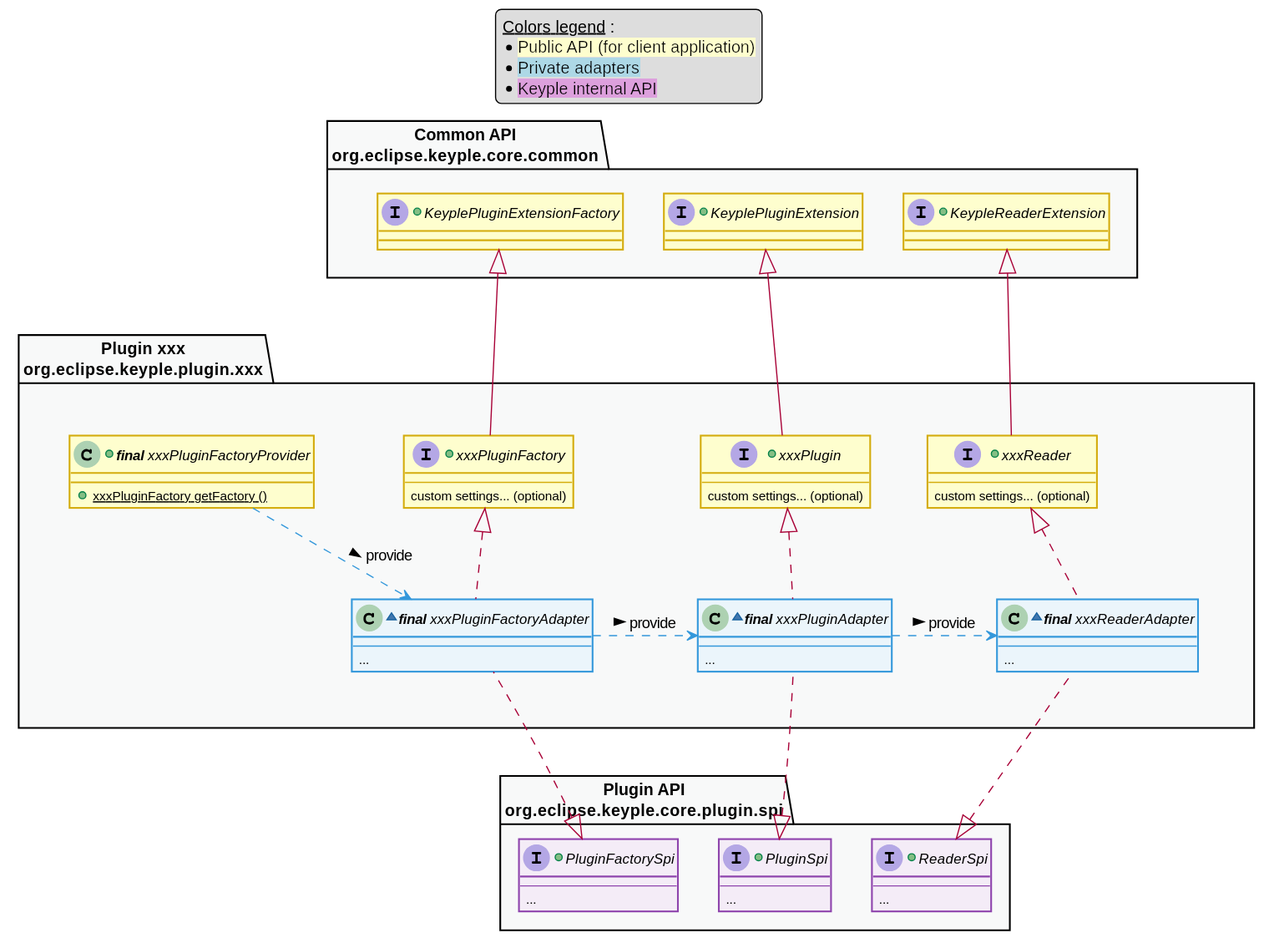
The PlantUML diagram media/learn/developer-guide/design-guides/develop_a_reader_plugin_class_diagram.svg in yvonneyam/keyple-website, before a commit. The source it was exported from:
```plantuml
@startuml


!define C_GREY1 F8F9F9
!define C_GREY2 F2F3F4
!define C_GREY3 E5E7E9
!define C_GREY4 D7DBDD
!define C_GREY5 CACFD2
!define C_GREY6 BDC3C7
!define C_LINK 3498DB
!define C_USE 27AE60

skinparam Shadowing false
skinparam ClassFontStyle italic
skinparam ClassBorderColor #D4AC0D
skinparam stereotypeABorderColor #A9DCDF
skinparam stereotypeIBorderColor #B4A7E5
skinparam stereotypeCBorderColor #ADD1B2
skinparam stereotypeEBorderColor #EB93DF
skinparam ClassBackgroundColor<<red>> #FDEDEC
skinparam ClassBorderColor<<red>> #E74C3C
hide <<red>> stereotype
skinparam ClassBackgroundColor<<purple>> #F4ECF7
skinparam ClassBorderColor<<purple>> #8E44AD
hide <<purple>> stereotype
skinparam ClassBackgroundColor<<blue>> #EBF5FB
skinparam ClassBorderColor<<blue>> #3498DB
hide <<blue>> stereotype
skinparam ClassBackgroundColor<<green>> #E9F7EF
skinparam ClassBorderColor<<green>> #27AE60
hide <<green>> stereotype
skinparam ClassBackgroundColor<<grey>> #EAECEE
skinparam ClassBorderColor<<grey>> #2C3E50
hide <<grey>> stereotype


legend top
    __Colors legend__ :
    * <back:#fefece>Public API (for client application)</back>
    * <back:lightBlue>Private adapters</back>
    * <back:plum>Keyple internal API</back>
end legend

package "Common API\norg.eclipse.keyple.core.common" as commonApi {
    +interface KeyplePluginExtensionFactory {
    }
    +interface KeyplePluginExtension {
    }
    +interface KeypleReaderExtension {
    }
}

package "Plugin API\norg.eclipse.keyple.core.plugin.spi" as pluginSpi {
    +interface ReaderSpi {
        --
        ...
    }
    +interface PluginSpi {
        --
        ...
    }
    +interface PluginFactorySpi {
        --
        ...
    }
}

package "Plugin xxx\norg.eclipse.keyple.plugin.xxx" as specificPluginApi {
    +class "**final** xxxPluginFactoryProvider" as xxxPluginFactoryProvider {
        +{static} xxxPluginFactory getFactory ()
    }
    together {
        +interface xxxPluginFactory extends KeyplePluginExtensionFactory {
            --
            custom settings... (optional)
        }
        +interface xxxPlugin extends KeyplePluginExtension {
            --
            custom settings... (optional)
        }
        +interface xxxReader extends KeypleReaderExtension {
            --
            custom settings... (optional)
        }
        ~class "**final** xxxPluginFactoryAdapter" as xxxPluginFactoryAdapter implements xxxPluginFactory, PluginFactorySpi {
            --
            ...
        }
        ~class "**final** xxxPluginAdapter" as xxxPluginAdapter implements xxxPlugin, PluginSpi {
            --
            ...
        }
        ~class "**final** xxxReaderAdapter" as xxxReaderAdapter implements xxxReader, ReaderSpi {
            --
            ...
        }
    }
}


xxxPluginFactoryProvider ..> xxxPluginFactoryAdapter #C_LINK : provide >
xxxPluginFactoryAdapter .> xxxPluginAdapter #C_LINK : provide >
xxxPluginAdapter .> xxxReaderAdapter #C_LINK : provide >


commonApi -[hidden]- specificPluginApi
xxxPluginFactoryAdapter -[hidden]- PluginFactorySpi
xxxReaderAdapter -[hidden]- ReaderSpi
xxxPluginAdapter -[hidden]- PluginSpi


package commonApi #C_GREY1 {}
package pluginSpi #C_GREY1 {}
package specificPluginApi #C_GREY1 {}

class xxxReaderAdapter <<blue>>
class xxxPluginAdapter <<blue>>
class xxxPluginFactoryAdapter <<blue>>
interface ReaderSpi <<purple>>
interface PluginSpi <<purple>>
interface PluginFactorySpi <<purple>>

@enduml
```
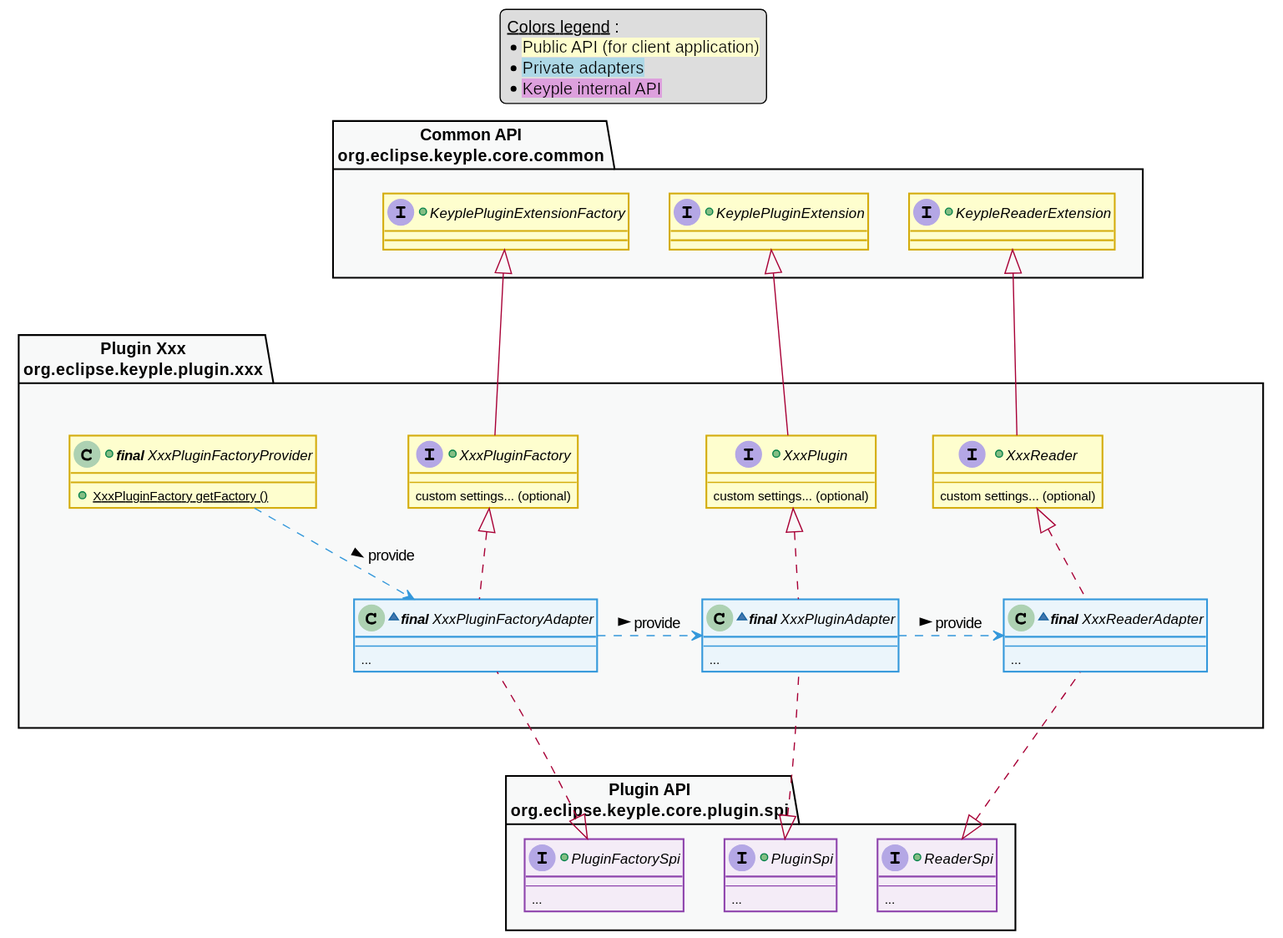
After the change.

What changed in the source:
```diff
@@ -65,32 +65,32 @@
     }
 }
 
-package "Plugin xxx\norg.eclipse.keyple.plugin.xxx" as specificPluginApi {
-    +class "**final** xxxPluginFactoryProvider" as xxxPluginFactoryProvider {
-        +{static} xxxPluginFactory getFactory ()
+package "Plugin Xxx\norg.eclipse.keyple.plugin.xxx" as specificPluginApi {
+    +class "**final** XxxPluginFactoryProvider" as XxxPluginFactoryProvider {
+        +{static} XxxPluginFactory getFactory ()
     }
     together {
-        +interface xxxPluginFactory extends KeyplePluginExtensionFactory {
+        +interface XxxPluginFactory extends KeyplePluginExtensionFactory {
             --
             custom settings... (optional)
         }
-        +interface xxxPlugin extends KeyplePluginExtension {
+        +interface XxxPlugin extends KeyplePluginExtension {
             --
             custom settings... (optional)
         }
-        +interface xxxReader extends KeypleReaderExtension {
+        +interface XxxReader extends KeypleReaderExtension {
             --
             custom settings... (optional)
         }
-        ~class "**final** xxxPluginFactoryAdapter" as xxxPluginFactoryAdapter implements xxxPluginFactory, PluginFactorySpi {
+        ~class "**final** XxxPluginFactoryAdapter" as XxxPluginFactoryAdapter implements XxxPluginFactory, PluginFactorySpi {
             --
             ...
         }
-        ~class "**final** xxxPluginAdapter" as xxxPluginAdapter implements xxxPlugin, PluginSpi {
+        ~class "**final** XxxPluginAdapter" as XxxPluginAdapter implements XxxPlugin, PluginSpi {
             --
             ...
         }
-        ~class "**final** xxxReaderAdapter" as xxxReaderAdapter implements xxxReader, ReaderSpi {
+        ~class "**final** XxxReaderAdapter" as XxxReaderAdapter implements XxxReader, ReaderSpi {
             --
             ...
         }
@@ -98,24 +98,24 @@
 }
 
 
-xxxPluginFactoryProvider ..> xxxPluginFactoryAdapter #C_LINK : provide >
-xxxPluginFactoryAdapter .> xxxPluginAdapter #C_LINK : provide >
-xxxPluginAdapter .> xxxReaderAdapter #C_LINK : provide >
+XxxPluginFactoryProvider ..> XxxPluginFactoryAdapter #C_LINK : provide >
+XxxPluginFactoryAdapter .> XxxPluginAdapter #C_LINK : provide >
+XxxPluginAdapter .> XxxReaderAdapter #C_LINK : provide >
 
 
 commonApi -[hidden]- specificPluginApi
-xxxPluginFactoryAdapter -[hidden]- PluginFactorySpi
-xxxReaderAdapter -[hidden]- ReaderSpi
-xxxPluginAdapter -[hidden]- PluginSpi
+XxxPluginFactoryAdapter -[hidden]- PluginFactorySpi
+XxxReaderAdapter -[hidden]- ReaderSpi
+XxxPluginAdapter -[hidden]- PluginSpi
 
 
 package commonApi #C_GREY1 {}
 package pluginSpi #C_GREY1 {}
 package specificPluginApi #C_GREY1 {}
 
-class xxxReaderAdapter <<blue>>
-class xxxPluginAdapter <<blue>>
-class xxxPluginFactoryAdapter <<blue>>
+class XxxReaderAdapter <<blue>>
+class XxxPluginAdapter <<blue>>
+class XxxPluginFactoryAdapter <<blue>>
 interface ReaderSpi <<purple>>
 interface PluginSpi <<purple>>
 interface PluginFactorySpi <<purple>>
```
